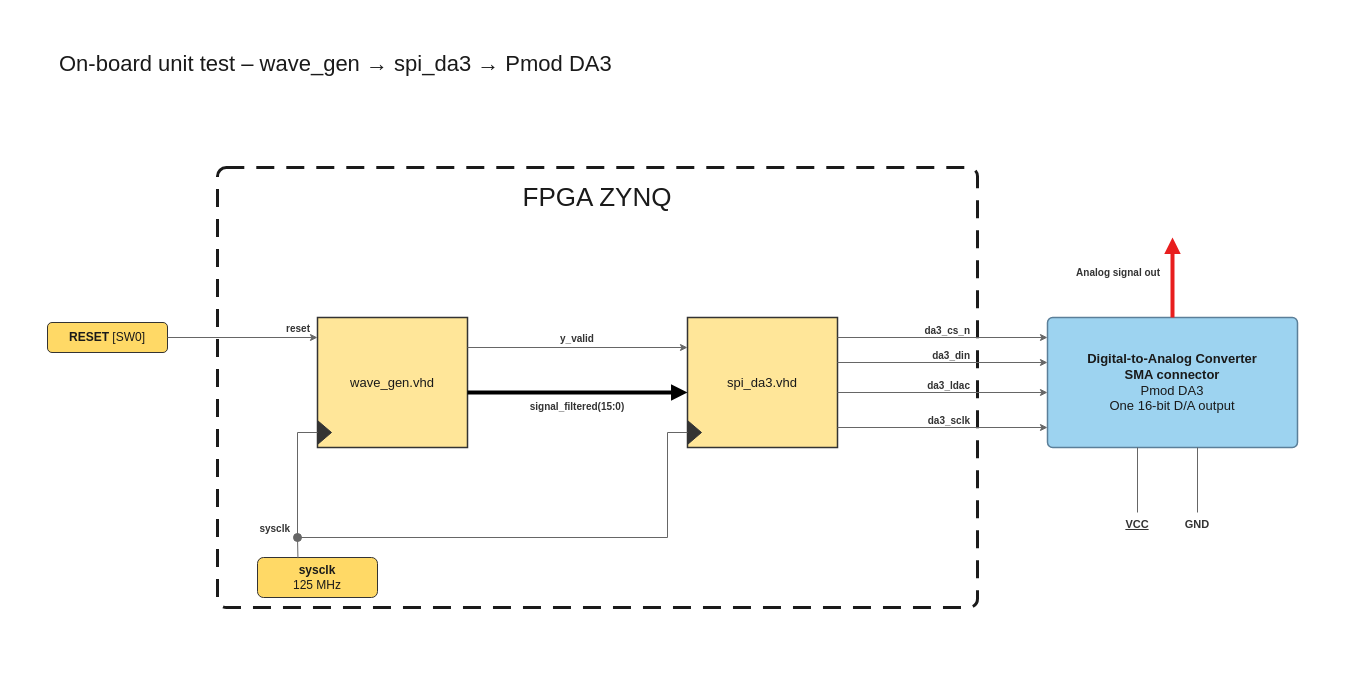
Earlier version of the draw.io diagram docs/img/unit_test_wave_gen_DA3.drawio (MarcG-Digital-Design/fpga-signal-processing). Source tidied: cells renumbered, new cells numbered last; positions are measured from the earlier drawing's top-left corner, leaving out a move shared by most shapes. Both pictures are drawn from the tidied source at 100%, with x=0, y=0 at pixel (17, 17).
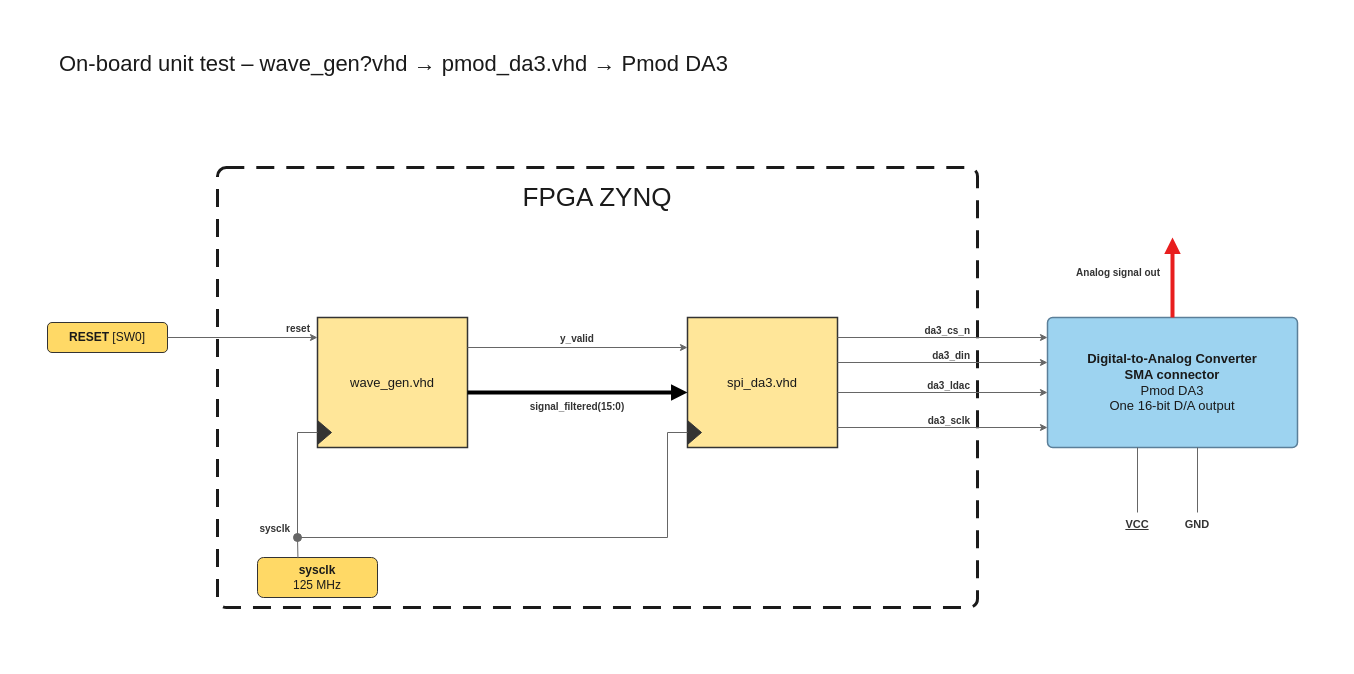
The same diagram, later.

Commit message (it also covers changes not shown here):
Update , name pmod module, and readme -> sim

Diff of the diagram source:
```diff
@@
-    <mxCell id="3" value="On-board unit test – wave_gen → spi_da3 → Pmod DA3" style="text;html=1;strokeColor=none;fillColor=none;align=left;verticalAlign=middle;whiteSpace=wrap;fontSize=22;fontStyle=0;fontColor=#1A1A1A;" parent="1" vertex="1">
+    <mxCell id="3" value="On-board unit test – wave_gen?vhd → pmod_da3.vhd → Pmod DA3" style="text;html=1;strokeColor=none;fillColor=none;align=left;verticalAlign=middle;whiteSpace=wrap;fontSize=22;fontStyle=0;fontColor=#1A1A1A;" parent="1" vertex="1">
       <mxGeometry x="40" y="30" width="900" height="34" as="geometry" />
     </mxCell>
```
